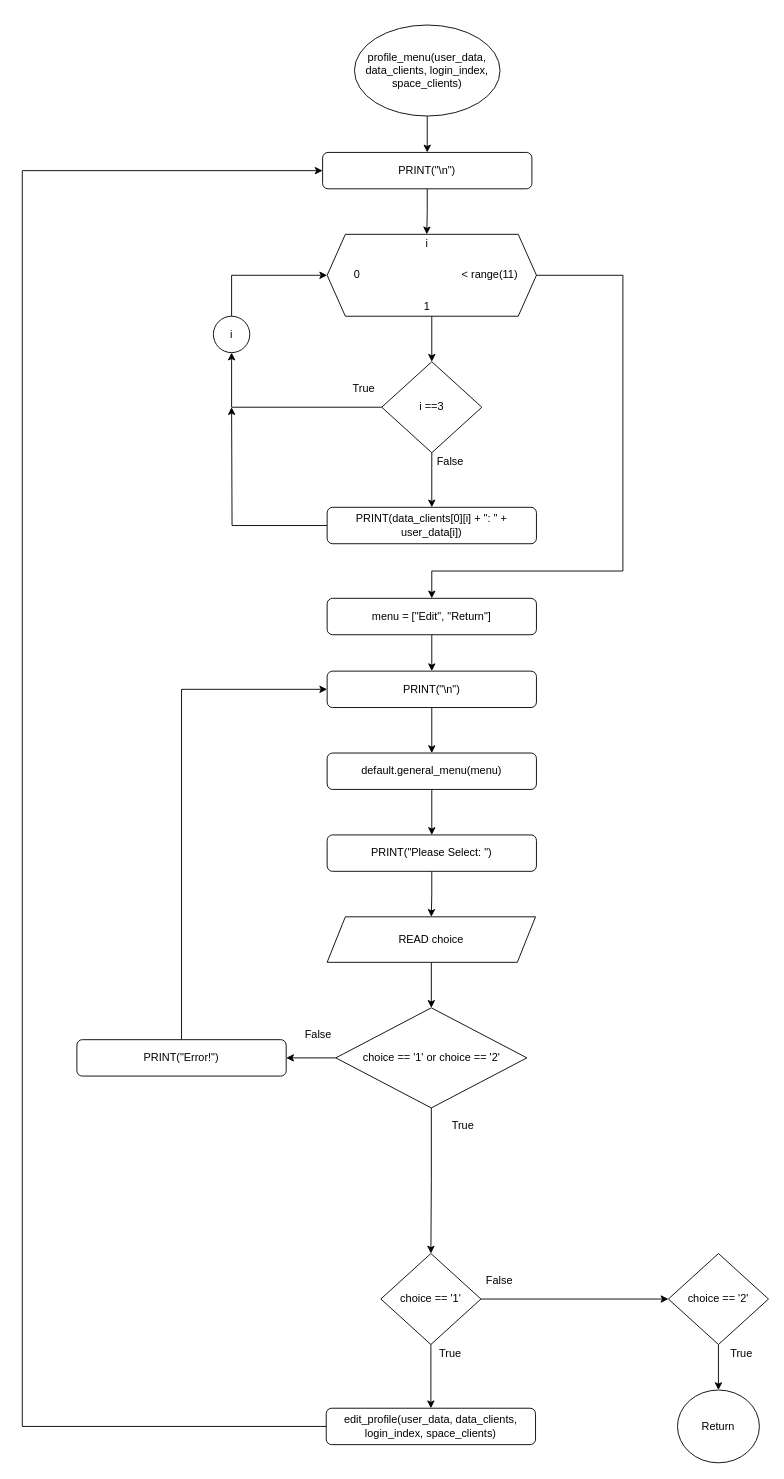
Earlier version of the draw.io diagram Flowchart/clients/profile_menu.drawio (RabbitBear00/Car-Rental-System). Source tidied: cells renumbered, new cells numbered last; positions are measured from the earlier drawing's top-left corner, leaving out a move shared by most shapes. Both pictures are drawn from the tidied source at 91%, with x=0, y=0 at pixel (22, 25).
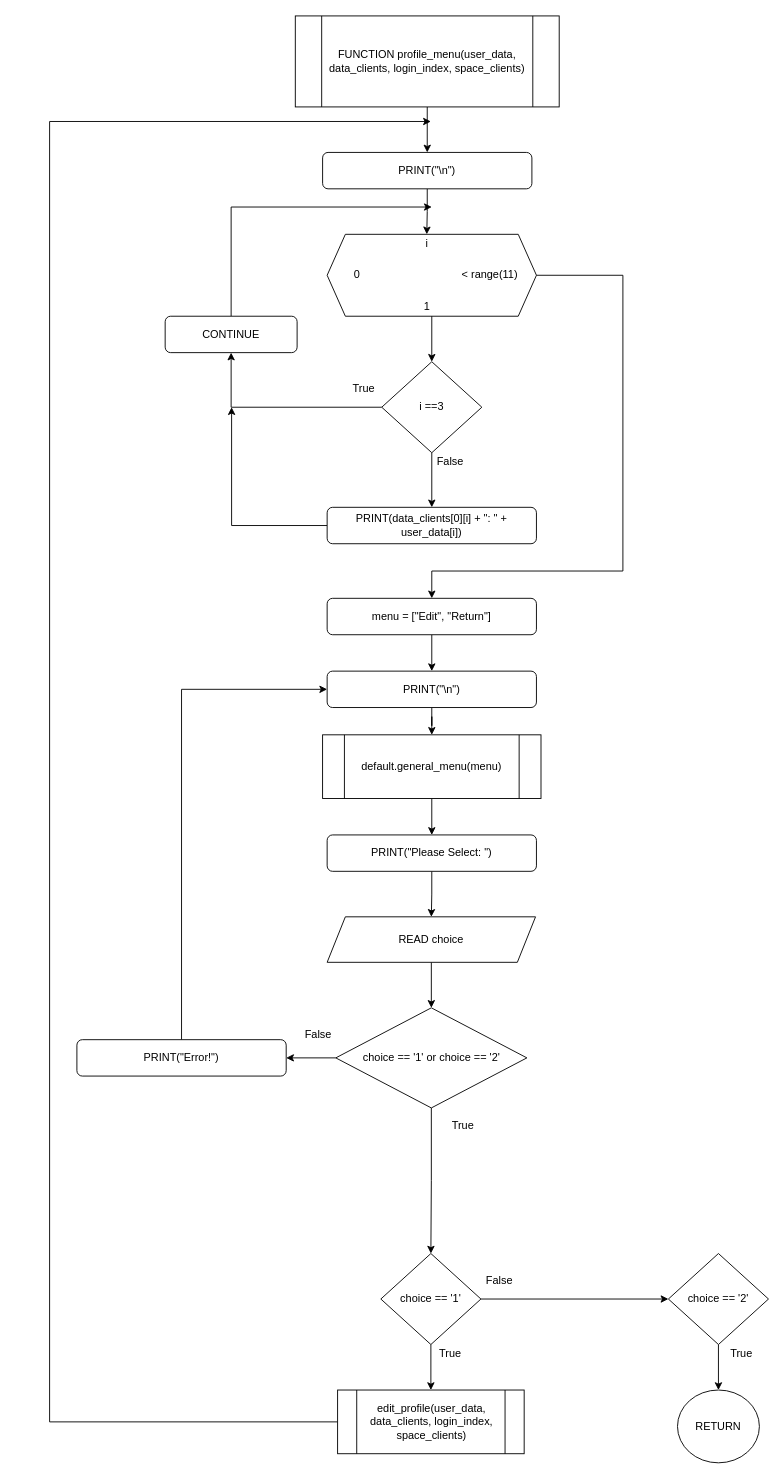
After the change.

Unchanged cells that the change refers to:
```xml
<mxCell id="5" style="shape=hexagon;perimeter=hexagonPerimeter2;whiteSpace=wrap;html=1;fixedSize=1;" parent="4" vertex="1">
  <mxGeometry width="230" height="90" as="geometry" />
</mxCell>
<mxCell id="11" value="PRINT(&quot;\n&quot;)" style="rounded=1;whiteSpace=wrap;html=1;" parent="1" vertex="1">
  <mxGeometry x="330" y="140" width="230" height="40" as="geometry" />
</mxCell>
<mxCell id="14" value="i ==3" style="rhombus;whiteSpace=wrap;html=1;" parent="1" vertex="1">
  <mxGeometry x="395" y="370" width="110" height="100" as="geometry" />
</mxCell>
<mxCell id="16" value="PRINT(data_clients[0][i] + &quot;: &quot; + user_data[i])" style="rounded=1;whiteSpace=wrap;html=1;" parent="1" vertex="1">
  <mxGeometry x="335" y="530" width="230" height="40" as="geometry" />
</mxCell>
<mxCell id="23" value="PRINT(&quot;\n&quot;)" style="rounded=1;whiteSpace=wrap;html=1;" parent="1" vertex="1">
  <mxGeometry x="335" y="710" width="230" height="40" as="geometry" />
</mxCell>
<mxCell id="27" value="PRINT(&quot;Please Select: &quot;)" style="rounded=1;whiteSpace=wrap;html=1;" parent="1" vertex="1">
  <mxGeometry x="335" y="890" width="230" height="40" as="geometry" />
</mxCell>
<mxCell id="34" value="choice == '1'" style="rhombus;whiteSpace=wrap;html=1;" parent="1" vertex="1">
  <mxGeometry x="394" y="1350" width="110" height="100" as="geometry" />
</mxCell>
```

The edit, as a diff of the source:
```diff
@@
-    <mxCell id="2" style="edgeStyle=orthogonalEdgeStyle;rounded=0;jettySize=auto;html=1;" parent="1" edge="1" source="3" target="11">
-      <mxGeometry relative="1" as="geometry" />
-    </mxCell>
-    <mxCell id="3" value="profile_menu(user_data, data_clients, login_index, space_clients)" style="ellipse;whiteSpace=wrap;html=1;" parent="1" vertex="1">
-      <mxGeometry x="365" width="160" height="100" as="geometry" />
-    </mxCell>
@@
-    <mxCell id="13" style="edgeStyle=orthogonalEdgeStyle;rounded=0;jettySize=auto;html=1;entryX=0.5;entryY=1;entryDx=0;entryDy=0;" parent="1" edge="1" source="14" target="46">
-      <mxGeometry relative="1" as="geometry" />
-    </mxCell>
+    <mxCell id="51" style="edgeStyle=orthogonalEdgeStyle;rounded=0;jettySize=auto;html=1;entryX=0.5;entryY=1;entryDx=0;entryDy=0;endFill=1;" parent="1" edge="1" source="14" target="56">
+      <mxGeometry relative="1" as="geometry" />
+    </mxCell>
@@
     <mxCell id="15" style="edgeStyle=orthogonalEdgeStyle;rounded=0;jettySize=auto;html=1;exitX=0;exitY=0.5;exitDx=0;exitDy=0;" parent="1" edge="1" source="16">
       <mxGeometry relative="1" as="geometry">
         <mxPoint x="230" y="420" as="targetPoint" />
+        <Array as="points">
+          <mxPoint x="230" y="550" />
+        </Array>
       </mxGeometry>
     </mxCell>
@@
-    <mxCell id="22" style="edgeStyle=orthogonalEdgeStyle;rounded=0;jettySize=auto;html=1;" parent="1" edge="1" source="23" target="25">
+    <mxCell id="22" style="edgeStyle=orthogonalEdgeStyle;rounded=0;jettySize=auto;html=1;endFill=1;" parent="1" edge="1" source="23" target="25">
       <mxGeometry relative="1" as="geometry" />
     </mxCell>
@@
-    <mxCell id="24" style="edgeStyle=orthogonalEdgeStyle;rounded=0;jettySize=auto;html=1;" parent="1" edge="1" source="25" target="27">
-      <mxGeometry relative="1" as="geometry" />
-    </mxCell>
-    <mxCell id="25" value="default.general_menu(menu)" style="rounded=1;whiteSpace=wrap;html=1;" parent="1" vertex="1">
-      <mxGeometry x="335" y="800" width="230" height="40" as="geometry" />
-    </mxCell>
@@
-    <mxCell id="33" style="edgeStyle=orthogonalEdgeStyle;rounded=0;jettySize=auto;html=1;" parent="1" edge="1" source="34" target="38">
+    <mxCell id="33" style="edgeStyle=orthogonalEdgeStyle;rounded=0;jettySize=auto;html=1;endFill=1;" parent="1" edge="1" source="34" target="38">
       <mxGeometry relative="1" as="geometry" />
     </mxCell>
@@
-    <mxCell id="37" style="edgeStyle=orthogonalEdgeStyle;rounded=0;jettySize=auto;html=1;entryX=0;entryY=0.5;entryDx=0;entryDy=0;" parent="1" edge="1" source="38" target="11">
-      <mxGeometry relative="1" as="geometry">
-        <Array as="points">
-          <mxPoint y="1540" />
-          <mxPoint y="160" />
-        </Array>
-      </mxGeometry>
-    </mxCell>
-    <mxCell id="38" value="edit_profile(user_data, data_clients, login_index, space_clients)" style="rounded=1;whiteSpace=wrap;html=1;" parent="1" vertex="1">
-      <mxGeometry x="334" y="1520" width="230" height="40" as="geometry" />
-    </mxCell>
-    <mxCell id="39" value="Return" style="ellipse;whiteSpace=wrap;html=1;" parent="1" vertex="1">
+    <mxCell id="39" value="RETURN" style="ellipse;whiteSpace=wrap;html=1;" parent="1" vertex="1">
       <mxGeometry x="720" y="1500" width="90" height="80" as="geometry" />
     </mxCell>
@@
-    <mxCell id="45" style="edgeStyle=orthogonalEdgeStyle;rounded=0;jettySize=auto;html=1;entryX=0;entryY=0.5;entryDx=0;entryDy=0;" parent="1" edge="1" source="46" target="5">
-      <mxGeometry relative="1" as="geometry">
-        <Array as="points">
-          <mxPoint x="230" y="275" />
-        </Array>
-      </mxGeometry>
-    </mxCell>
-    <mxCell id="46" value="i" style="ellipse;whiteSpace=wrap;html=1;" parent="1" vertex="1">
-      <mxGeometry x="210" y="320" width="40" height="40" as="geometry" />
-    </mxCell>
@@
+    <mxCell id="52" style="edgeStyle=orthogonalEdgeStyle;rounded=0;jettySize=auto;html=1;endArrow=classic;endFill=1;" parent="1" edge="1" source="53" target="11">
+      <mxGeometry relative="1" as="geometry" />
+    </mxCell>
+    <mxCell id="53" value="FUNCTION profile_menu(user_data, data_clients, login_index, space_clients)" style="shape=process;whiteSpace=wrap;html=1;backgroundOutline=1;" parent="1" vertex="1">
+      <mxGeometry x="300" y="-10" width="290" height="100" as="geometry" />
+    </mxCell>
+    <mxCell id="54" style="edgeStyle=orthogonalEdgeStyle;rounded=0;jettySize=auto;html=1;endFill=1;exitX=0;exitY=0.5;exitDx=0;exitDy=0;" parent="1" edge="1" source="38">
+      <mxGeometry relative="1" as="geometry">
+        <mxPoint x="449" y="106" as="targetPoint" />
+        <Array as="points">
+          <mxPoint x="30" y="1535" />
+          <mxPoint x="30" y="106" />
+        </Array>
+      </mxGeometry>
+    </mxCell>
+    <mxCell id="38" value="edit_profile(user_data, data_clients, login_index, space_clients)" style="shape=process;whiteSpace=wrap;html=1;backgroundOutline=1;horizontal=1;" parent="1" vertex="1">
+      <mxGeometry x="346.5" y="1500" width="205" height="70" as="geometry" />
+    </mxCell>
+    <mxCell id="24" style="edgeStyle=orthogonalEdgeStyle;rounded=0;jettySize=auto;html=1;endFill=1;" parent="1" edge="1" source="25" target="27">
+      <mxGeometry relative="1" as="geometry" />
+    </mxCell>
+    <mxCell id="25" value="default.general_menu(menu)" style="shape=process;whiteSpace=wrap;html=1;backgroundOutline=1;" parent="1" vertex="1">
+      <mxGeometry x="330" y="780" width="240" height="70" as="geometry" />
+    </mxCell>
+    <mxCell id="55" style="edgeStyle=orthogonalEdgeStyle;rounded=0;jettySize=auto;html=1;endFill=1;" parent="1" edge="1" source="56">
+      <mxGeometry relative="1" as="geometry">
+        <mxPoint x="450" y="200" as="targetPoint" />
+        <Array as="points">
+          <mxPoint x="230" y="200" />
+        </Array>
+      </mxGeometry>
+    </mxCell>
+    <mxCell id="56" value="CONTINUE" style="rounded=1;whiteSpace=wrap;html=1;" parent="1" vertex="1">
+      <mxGeometry x="157" y="320" width="145" height="40" as="geometry" />
+    </mxCell>
```
